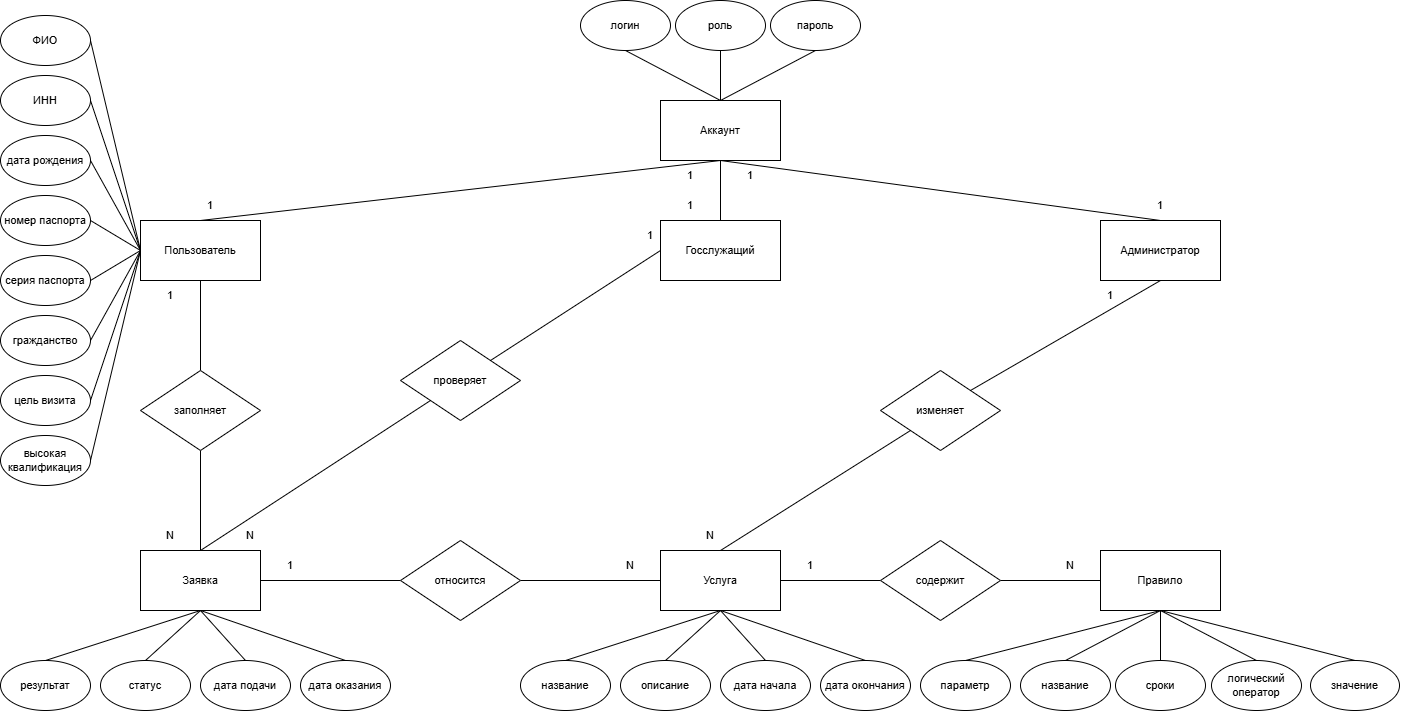
Above: Lab2/ERD-Diagram.png in cuug/MigrationMap (draw.io), before the change. Source tidied: cells renumbered, new cells last; positions are measured from the earlier drawing's top-left corner, leaving out a move shared by most shapes.
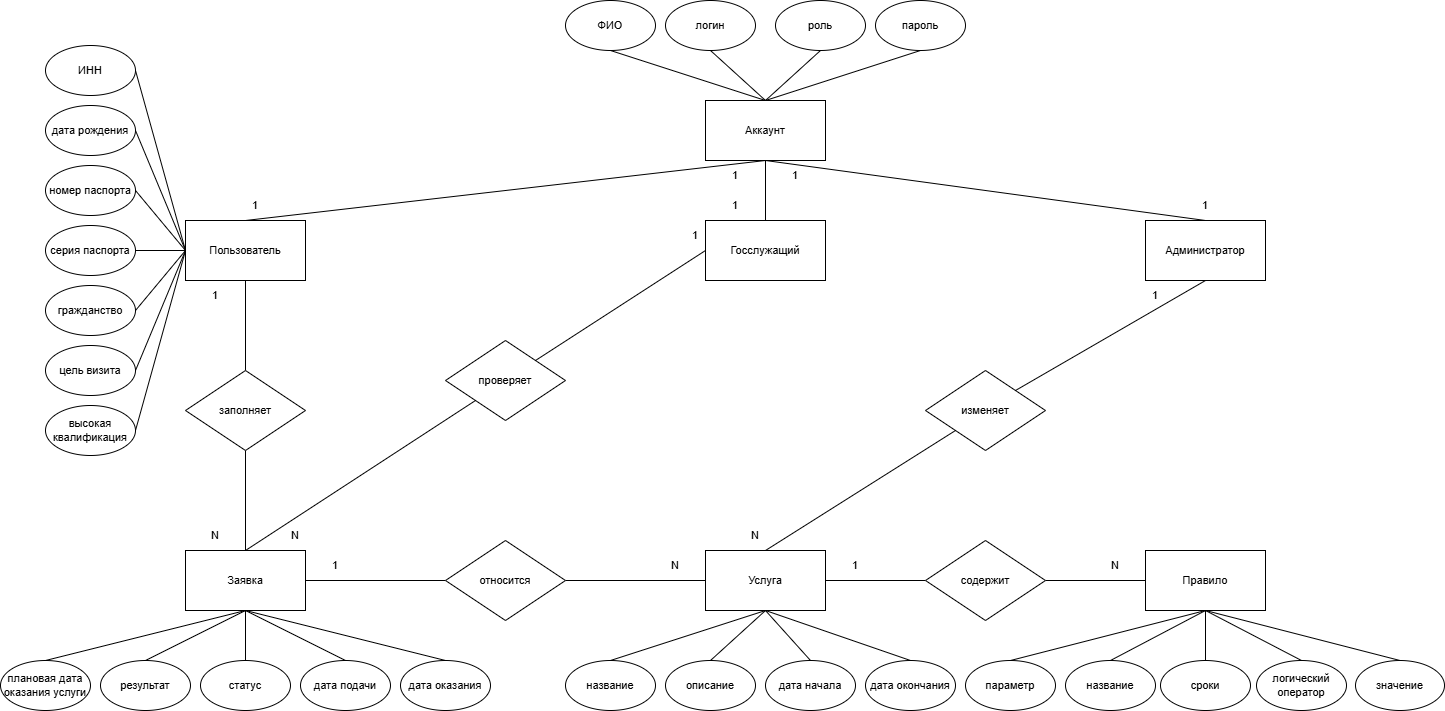
The same diagram one commit later.

What changed in the source:
```diff
@@ -23,17 +23,20 @@
     <mxCell id="8" style="rounded=0;jettySize=auto;html=1;exitX=1;exitY=0;exitDx=0;exitDy=0;entryX=0;entryY=0.5;entryDx=0;entryDy=0;endArrow=none;startFill=0;fontSize=11;" parent="1" edge="1" source="68" target="5">
       <mxGeometry relative="1" as="geometry" />
     </mxCell>
+    <mxCell id="90" style="rounded=0;jettySize=auto;html=1;exitX=0.5;exitY=1;exitDx=0;exitDy=0;entryX=0.5;entryY=0;entryDx=0;entryDy=0;endArrow=none;startFill=0;" parent="1" edge="1" source="9" target="92">
+      <mxGeometry relative="1" as="geometry" />
+    </mxCell>
     <mxCell id="9" value="Заявка" style="rounded=0;whiteSpace=wrap;html=1;fontSize=11;" parent="1" vertex="1">
       <mxGeometry x="140" y="550" width="120" height="60" as="geometry" />
     </mxCell>
     <mxCell id="10" value="статус" style="ellipse;whiteSpace=wrap;html=1;fontSize=11;" parent="1" vertex="1">
-      <mxGeometry x="100" y="660" width="90" height="50" as="geometry" />
+      <mxGeometry x="155" y="660" width="90" height="50" as="geometry" />
     </mxCell>
     <mxCell id="11" value="дата подачи" style="ellipse;whiteSpace=wrap;html=1;fontSize=11;" parent="1" vertex="1">
-      <mxGeometry x="200" y="660" width="90" height="50" as="geometry" />
+      <mxGeometry x="255" y="660" width="90" height="50" as="geometry" />
     </mxCell>
     <mxCell id="12" value="дата оказания" style="ellipse;whiteSpace=wrap;html=1;fontSize=11;" parent="1" vertex="1">
-      <mxGeometry x="300" y="660" width="90" height="50" as="geometry" />
+      <mxGeometry x="355" y="660" width="90" height="50" as="geometry" />
     </mxCell>
     <mxCell id="13" style="endArrow=none;html=1;rounded=0;entryX=0.5;entryY=0;entryDx=0;entryDy=0;exitX=0.5;exitY=1;exitDx=0;exitDy=0;fontSize=11;" parent="1" edge="1" source="9" target="12">
       <mxGeometry relative="1" as="geometry" />
@@ -136,19 +139,19 @@
       <mxGeometry relative="1" as="geometry" />
     </mxCell>
     <mxCell id="45" value="логин" style="ellipse;whiteSpace=wrap;html=1;fontSize=11;" parent="1" vertex="1">
-      <mxGeometry x="580" width="90" height="50" as="geometry" />
+      <mxGeometry x="620" width="90" height="50" as="geometry" />
     </mxCell>
-    <mxCell id="46" style="edgeStyle=orthogonalEdgeStyle;rounded=0;jettySize=auto;html=1;exitX=0.5;exitY=1;exitDx=0;exitDy=0;entryX=0.5;entryY=0;entryDx=0;entryDy=0;endArrow=none;startFill=0;fontSize=11;" parent="1" edge="1" source="47" target="52">
+    <mxCell id="46" style="rounded=0;jettySize=auto;html=1;exitX=0.5;exitY=1;exitDx=0;exitDy=0;entryX=0.5;entryY=0;entryDx=0;entryDy=0;endArrow=none;startFill=0;fontSize=11;" parent="1" edge="1" source="47" target="52">
       <mxGeometry relative="1" as="geometry" />
     </mxCell>
     <mxCell id="47" value="роль" style="ellipse;whiteSpace=wrap;html=1;fontSize=11;" parent="1" vertex="1">
-      <mxGeometry x="675" width="90" height="50" as="geometry" />
+      <mxGeometry x="730" width="90" height="50" as="geometry" />
     </mxCell>
     <mxCell id="48" style="rounded=0;jettySize=auto;html=1;exitX=0.5;exitY=1;exitDx=0;exitDy=0;entryX=0.5;entryY=0;entryDx=0;entryDy=0;endArrow=none;startFill=0;fontSize=11;" parent="1" edge="1" source="49" target="52">
       <mxGeometry relative="1" as="geometry" />
     </mxCell>
     <mxCell id="49" value="пароль" style="ellipse;whiteSpace=wrap;html=1;fontSize=11;" parent="1" vertex="1">
-      <mxGeometry x="770" width="90" height="50" as="geometry" />
+      <mxGeometry x="830" width="90" height="50" as="geometry" />
     </mxCell>
     <mxCell id="50" style="edgeStyle=orthogonalEdgeStyle;rounded=0;jettySize=auto;html=1;exitX=0.5;exitY=1;exitDx=0;exitDy=0;entryX=0.5;entryY=0;entryDx=0;entryDy=0;endArrow=none;startFill=0;fontSize=11;" parent="1" edge="1" source="52" target="5">
       <mxGeometry relative="1" as="geometry" />
@@ -163,37 +166,31 @@
       <mxGeometry relative="1" as="geometry" />
     </mxCell>
     <mxCell id="54" value="&lt;font&gt;ИНН&lt;/font&gt;" style="ellipse;whiteSpace=wrap;html=1;fontSize=11;" parent="1" vertex="1">
-      <mxGeometry y="75" width="90" height="50" as="geometry" />
+      <mxGeometry y="45" width="90" height="50" as="geometry" />
     </mxCell>
-    <mxCell id="55" style="rounded=0;jettySize=auto;html=1;exitX=1;exitY=0.5;exitDx=0;exitDy=0;entryX=0;entryY=0.5;entryDx=0;entryDy=0;endArrow=none;startFill=0;fontSize=11;" parent="1" edge="1" source="56" target="4">
-      <mxGeometry relative="1" as="geometry" />
-    </mxCell>
-    <mxCell id="56" value="&lt;font&gt;ФИО&lt;/font&gt;" style="ellipse;whiteSpace=wrap;html=1;fontSize=11;" parent="1" vertex="1">
-      <mxGeometry y="15" width="90" height="50" as="geometry" />
-    </mxCell>
     <mxCell id="57" style="rounded=0;jettySize=auto;html=1;exitX=1;exitY=0.5;exitDx=0;exitDy=0;entryX=0;entryY=0.5;entryDx=0;entryDy=0;endArrow=none;startFill=0;fontSize=11;" parent="1" edge="1" source="58" target="4">
       <mxGeometry relative="1" as="geometry" />
     </mxCell>
     <mxCell id="58" value="&lt;font&gt;дата рождения&lt;/font&gt;" style="ellipse;whiteSpace=wrap;html=1;fontSize=11;" parent="1" vertex="1">
-      <mxGeometry y="135" width="90" height="50" as="geometry" />
+      <mxGeometry y="105" width="90" height="50" as="geometry" />
     </mxCell>
     <mxCell id="59" style="rounded=0;jettySize=auto;html=1;exitX=1;exitY=0.5;exitDx=0;exitDy=0;endArrow=none;startFill=0;entryX=0;entryY=0.5;entryDx=0;entryDy=0;fontSize=11;" parent="1" edge="1" source="60" target="4">
       <mxGeometry relative="1" as="geometry" />
     </mxCell>
     <mxCell id="60" value="номер паспорта" style="ellipse;whiteSpace=wrap;html=1;fontSize=11;" parent="1" vertex="1">
-      <mxGeometry y="195" width="90" height="50" as="geometry" />
+      <mxGeometry y="165" width="90" height="50" as="geometry" />
     </mxCell>
     <mxCell id="61" style="rounded=0;jettySize=auto;html=1;exitX=1;exitY=0.5;exitDx=0;exitDy=0;entryX=0;entryY=0.5;entryDx=0;entryDy=0;endArrow=none;startFill=0;fontSize=11;" parent="1" edge="1" source="62" target="4">
       <mxGeometry relative="1" as="geometry" />
     </mxCell>
     <mxCell id="62" value="серия паспорта" style="ellipse;whiteSpace=wrap;html=1;fontSize=11;" parent="1" vertex="1">
-      <mxGeometry y="255" width="90" height="50" as="geometry" />
+      <mxGeometry y="225" width="90" height="50" as="geometry" />
     </mxCell>
     <mxCell id="63" style="rounded=0;jettySize=auto;html=1;exitX=1;exitY=0.5;exitDx=0;exitDy=0;entryX=0;entryY=0.5;entryDx=0;entryDy=0;endArrow=none;startFill=0;fontSize=11;" parent="1" edge="1" source="64" target="4">
       <mxGeometry relative="1" as="geometry" />
     </mxCell>
     <mxCell id="64" value="гражданство" style="ellipse;whiteSpace=wrap;html=1;fontSize=11;" parent="1" vertex="1">
-      <mxGeometry y="315" width="90" height="50" as="geometry" />
+      <mxGeometry y="285" width="90" height="50" as="geometry" />
     </mxCell>
     <mxCell id="65" style="rounded=0;jettySize=auto;html=1;exitX=0.5;exitY=0;exitDx=0;exitDy=0;endArrow=none;startFill=0;fontSize=11;" parent="1" edge="1" source="66">
       <mxGeometry relative="1" as="geometry">
@@ -201,7 +198,7 @@
       </mxGeometry>
     </mxCell>
     <mxCell id="66" value="результат" style="ellipse;whiteSpace=wrap;html=1;fontSize=11;" parent="1" vertex="1">
-      <mxGeometry y="660" width="90" height="50" as="geometry" />
+      <mxGeometry x="55" y="660" width="90" height="50" as="geometry" />
     </mxCell>
     <mxCell id="67" style="rounded=0;jettySize=auto;html=1;exitX=0.5;exitY=0;exitDx=0;exitDy=0;entryX=0;entryY=1;entryDx=0;entryDy=0;endArrow=none;startFill=0;fontSize=11;" parent="1" edge="1" source="9" target="68">
       <mxGeometry relative="1" as="geometry" />
@@ -264,13 +261,22 @@
       <mxGeometry relative="1" as="geometry" />
     </mxCell>
     <mxCell id="87" value="цель визита" style="ellipse;whiteSpace=wrap;html=1;fontSize=11;" parent="1" vertex="1">
-      <mxGeometry y="375" width="90" height="50" as="geometry" />
+      <mxGeometry y="345" width="90" height="50" as="geometry" />
     </mxCell>
     <mxCell id="88" style="rounded=0;jettySize=auto;html=1;exitX=1;exitY=0.5;exitDx=0;exitDy=0;entryX=0;entryY=0.5;entryDx=0;entryDy=0;endArrow=none;startFill=0;fontSize=11;" parent="1" edge="1" source="89" target="4">
       <mxGeometry relative="1" as="geometry" />
     </mxCell>
     <mxCell id="89" value="&lt;font&gt;высокая квалификация&lt;/font&gt;" style="ellipse;whiteSpace=wrap;html=1;fontSize=11;" parent="1" vertex="1">
-      <mxGeometry y="435" width="90" height="50" as="geometry" />
+      <mxGeometry y="405" width="90" height="50" as="geometry" />
     </mxCell>
+    <mxCell id="91" style="rounded=0;jettySize=auto;html=1;exitX=0.5;exitY=1;exitDx=0;exitDy=0;entryX=0.5;entryY=0;entryDx=0;entryDy=0;endArrow=none;startFill=0;" parent="1" edge="1" source="56" target="52">
+      <mxGeometry relative="1" as="geometry" />
+    </mxCell>
+    <mxCell id="56" value="&lt;font&gt;ФИО&lt;/font&gt;" style="ellipse;whiteSpace=wrap;html=1;fontSize=11;" parent="1" vertex="1">
+      <mxGeometry x="520" width="90" height="50" as="geometry" />
+    </mxCell>
+    <mxCell id="92" value="плановая дата оказания услуги" style="ellipse;whiteSpace=wrap;html=1;fontSize=11;" parent="1" vertex="1">
+      <mxGeometry x="-45" y="660" width="90" height="50" as="geometry" />
+    </mxCell>
   </root>
 </mxGraphModel>
```
